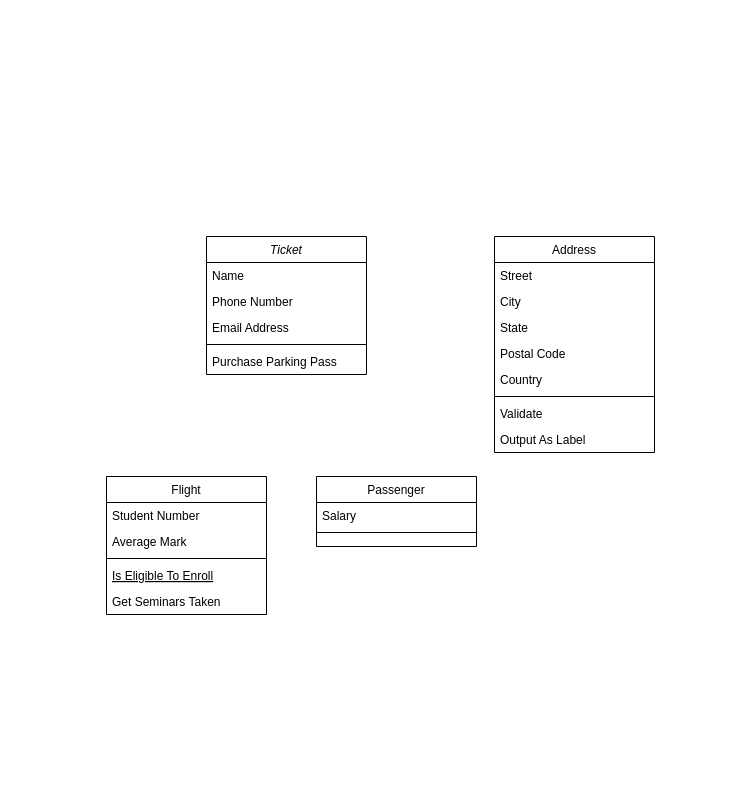
Above: Flight Reservation System.drawio in sumanthrt/Flight-Reservation-System (draw.io), before the change. Source tidied: cells renumbered, new cells numbered last; positions are measured from the earlier drawing's top-left corner, leaving out a move shared by most shapes. Both pictures are drawn from the tidied source at 100%, with x=0, y=0 at pixel (106, 236).
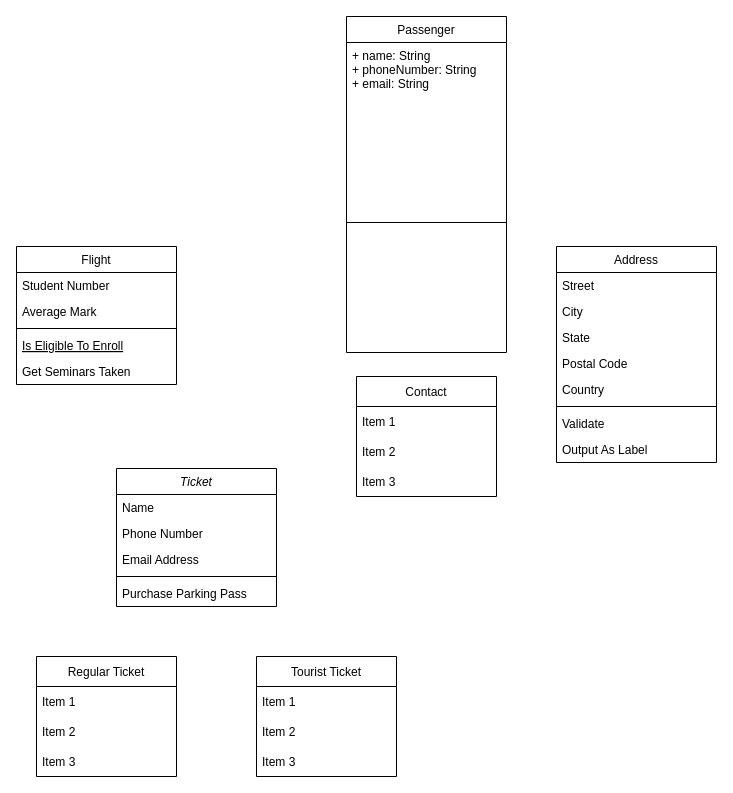
The same diagram, later.

Commit message:
Identified all classes

Diff of the diagram source:
```diff
@@
     <mxCell id="2" value="Ticket" style="swimlane;fontStyle=2;align=center;verticalAlign=top;horizontal=1;startSize=26;rounded=0;shadow=0;strokeWidth=1;" parent="1" vertex="1">
-      <mxGeometry x="100" width="160" height="138" as="geometry" />
+      <mxGeometry x="10" y="232" width="160" height="138" as="geometry" />
     </mxCell>
@@
     <mxCell id="8" value="Flight" style="swimlane;fontStyle=0;align=center;verticalAlign=top;horizontal=1;startSize=26;rounded=0;shadow=0;strokeWidth=1;" parent="1" vertex="1">
-      <mxGeometry y="240" width="160" height="138" as="geometry" />
+      <mxGeometry x="-90" y="10" width="160" height="138" as="geometry" />
     </mxCell>
@@
     <mxCell id="14" value="Passenger" style="swimlane;fontStyle=0;align=center;verticalAlign=top;horizontal=1;startSize=26;rounded=0;shadow=0;strokeWidth=1;" parent="1" vertex="1">
-      <mxGeometry x="210" y="240" width="160" height="70" as="geometry" />
+      <mxGeometry x="240" y="-220" width="160" height="336" as="geometry" />
     </mxCell>
-    <mxCell id="15" value="Salary" style="text;align=left;verticalAlign=top;spacingLeft=4;spacingRight=4;overflow=hidden;" parent="14" vertex="1">
-      <mxGeometry y="26" width="160" height="26" as="geometry" />
+    <mxCell id="15" value="+ name: String&#10;+ phoneNumber: String&#10;+ email: String" style="text;align=left;verticalAlign=top;spacingLeft=4;spacingRight=4;overflow=hidden;" parent="14" vertex="1">
+      <mxGeometry y="26" width="160" height="174" as="geometry" />
     </mxCell>
-    <mxCell id="16" style="line;html=1;strokeWidth=1;align=left;verticalAlign=middle;spacingTop=-1;spacingLeft=3;spacingRight=3;labelPosition=right;" parent="14" vertex="1">
-      <mxGeometry y="52" width="160" height="8" as="geometry" />
-    </mxCell>
+    <mxCell id="26" style="endArrow=none;html=1;rounded=0;" parent="14" edge="1">
+      <mxGeometry relative="1" as="geometry">
+        <mxPoint y="206" as="sourcePoint" />
+        <mxPoint x="160" y="206" as="targetPoint" />
+      </mxGeometry>
+    </mxCell>
     <mxCell id="17" value="Address" style="swimlane;fontStyle=0;align=center;verticalAlign=top;horizontal=1;startSize=26;rounded=0;shadow=0;strokeWidth=1;" parent="1" vertex="1">
-      <mxGeometry x="388" width="160" height="216" as="geometry" />
+      <mxGeometry x="450" y="10" width="160" height="216" as="geometry" />
     </mxCell>
@@
+    <mxCell id="27" value="Regular Ticket" style="swimlane;fontStyle=0;horizontal=1;startSize=30;" parent="1" vertex="1">
+      <mxGeometry x="-70" y="420" width="140" height="120" as="geometry" />
+    </mxCell>
+    <mxCell id="28" value="Item 1" style="text;strokeColor=none;fillColor=none;align=left;verticalAlign=middle;spacingLeft=4;spacingRight=4;overflow=hidden;" parent="27" vertex="1">
+      <mxGeometry y="30" width="140" height="30" as="geometry" />
+    </mxCell>
+    <mxCell id="29" value="Item 2" style="text;strokeColor=none;fillColor=none;align=left;verticalAlign=middle;spacingLeft=4;spacingRight=4;overflow=hidden;" parent="27" vertex="1">
+      <mxGeometry y="60" width="140" height="30" as="geometry" />
+    </mxCell>
+    <mxCell id="30" value="Item 3" style="text;strokeColor=none;fillColor=none;align=left;verticalAlign=middle;spacingLeft=4;spacingRight=4;overflow=hidden;" parent="27" vertex="1">
+      <mxGeometry y="90" width="140" height="30" as="geometry" />
+    </mxCell>
+    <mxCell id="31" value="Contact" style="swimlane;fontStyle=0;horizontal=1;startSize=30;" parent="1" vertex="1">
+      <mxGeometry x="250" y="140" width="140" height="120" as="geometry" />
+    </mxCell>
+    <mxCell id="32" value="Item 1" style="text;strokeColor=none;fillColor=none;align=left;verticalAlign=middle;spacingLeft=4;spacingRight=4;overflow=hidden;" parent="31" vertex="1">
+      <mxGeometry y="30" width="140" height="30" as="geometry" />
+    </mxCell>
+    <mxCell id="33" value="Item 2" style="text;strokeColor=none;fillColor=none;align=left;verticalAlign=middle;spacingLeft=4;spacingRight=4;overflow=hidden;" parent="31" vertex="1">
+      <mxGeometry y="60" width="140" height="30" as="geometry" />
+    </mxCell>
+    <mxCell id="34" value="Item 3" style="text;strokeColor=none;fillColor=none;align=left;verticalAlign=middle;spacingLeft=4;spacingRight=4;overflow=hidden;" parent="31" vertex="1">
+      <mxGeometry y="90" width="140" height="30" as="geometry" />
+    </mxCell>
+    <mxCell id="35" value="Tourist Ticket" style="swimlane;fontStyle=0;horizontal=1;startSize=30;" parent="1" vertex="1">
+      <mxGeometry x="150" y="420" width="140" height="120" as="geometry" />
+    </mxCell>
+    <mxCell id="36" value="Item 1" style="text;strokeColor=none;fillColor=none;align=left;verticalAlign=middle;spacingLeft=4;spacingRight=4;overflow=hidden;" parent="35" vertex="1">
+      <mxGeometry y="30" width="140" height="30" as="geometry" />
+    </mxCell>
+    <mxCell id="37" value="Item 2" style="text;strokeColor=none;fillColor=none;align=left;verticalAlign=middle;spacingLeft=4;spacingRight=4;overflow=hidden;" parent="35" vertex="1">
+      <mxGeometry y="60" width="140" height="30" as="geometry" />
+    </mxCell>
+    <mxCell id="38" value="Item 3" style="text;strokeColor=none;fillColor=none;align=left;verticalAlign=middle;spacingLeft=4;spacingRight=4;overflow=hidden;" parent="35" vertex="1">
+      <mxGeometry y="90" width="140" height="30" as="geometry" />
+    </mxCell>
```
